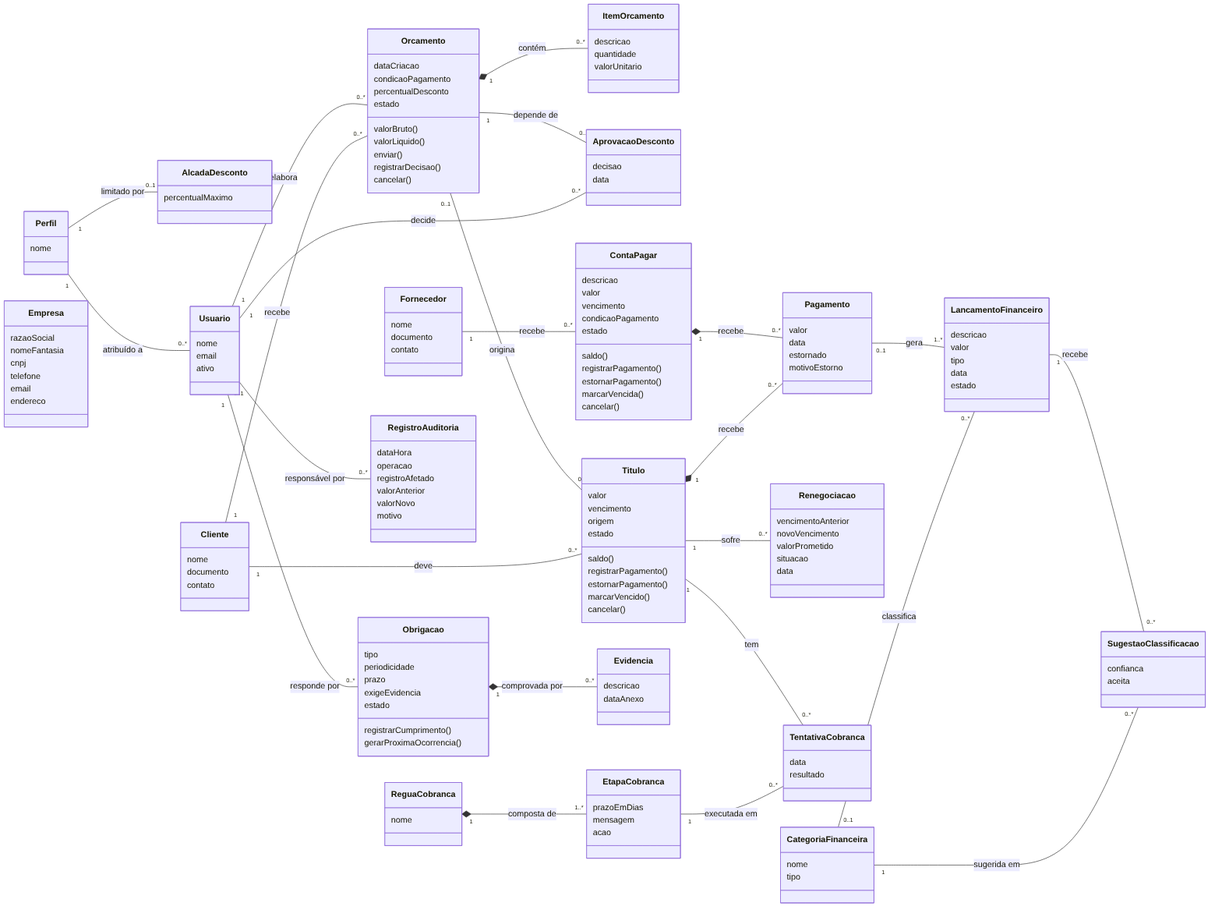
Above: docs/uml/dominio-v2.png in pedroguerra0603/Projeto_RemindMe (Mermaid), before the change. Its source is kept beside it as docs/uml/dominio-v2.mmd.
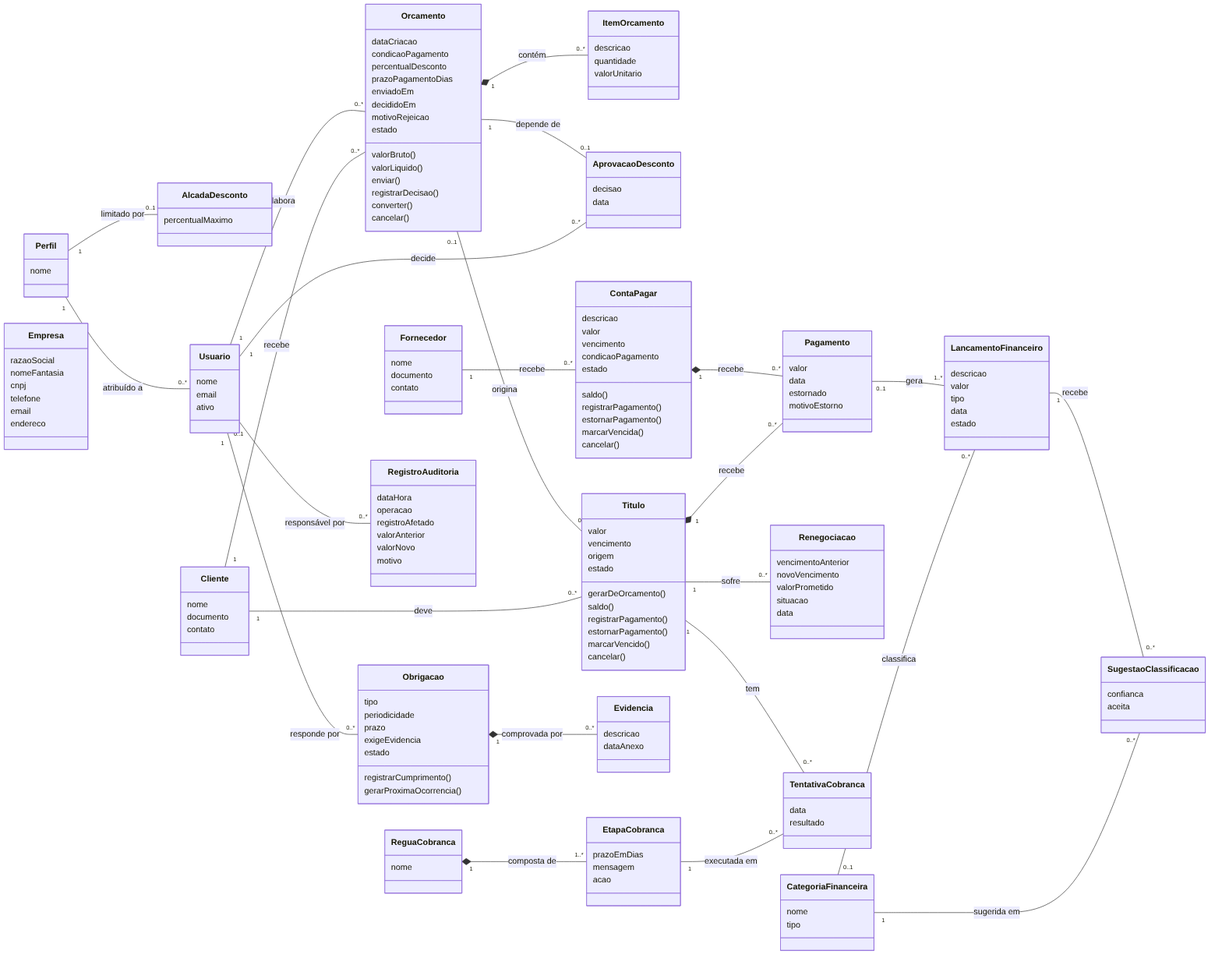
Later version of the same file.

The edit, as a diff of the source:
```diff
@@ -21,11 +21,16 @@
         dataCriacao
         condicaoPagamento
         percentualDesconto
+        prazoPagamentoDias
+        enviadoEm
+        decididoEm
+        motivoRejeicao
         estado
         valorBruto()
         valorLiquido()
         enviar()
         registrarDecisao()
+        converter()
         cancelar()
     }
     class ItemOrcamento {
@@ -42,6 +47,7 @@
         vencimento
         origem
         estado
+        gerarDeOrcamento()
         saldo()
         registrarPagamento()
         estornarPagamento()
```
